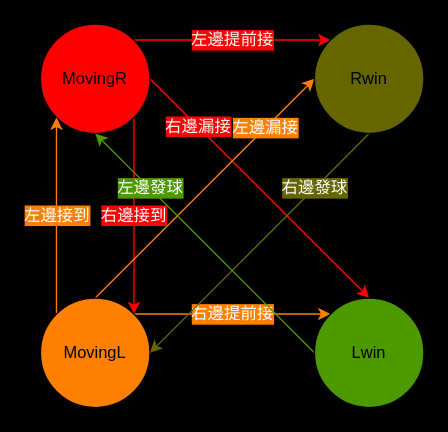
The draw.io diagram 5/FSM.drawio in gordonpow/lab_hardware_test, before the edit. Source tidied: cells renumbered, new cells numbered last; positions are measured from the earlier drawing's top-left corner, leaving out a move shared by most shapes. Both pictures are drawn from the tidied source at 137%, with x=0, y=0 at pixel (40, 23).
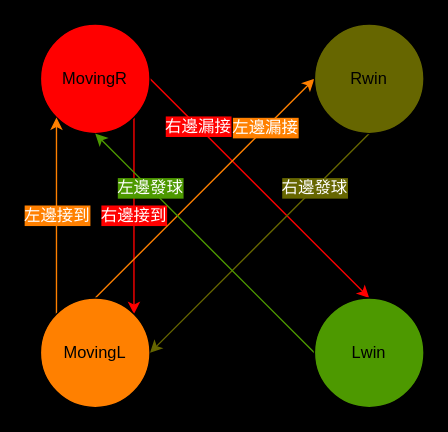
Above is the later version.

Commit message (it also covers changes not shown here):
decs : Revise FSM.png

What changed in the source:
```diff
@@
 <mxGraphModel background="#000000">
   <root>
     <mxCell id="0" />
     <mxCell id="1" parent="0" />
     <mxCell id="2" value="右邊接到" style="edgeStyle=none;html=1;exitX=1;exitY=1;exitDx=0;exitDy=0;entryX=1;entryY=0;entryDx=0;entryDy=0;strokeColor=#FF0000;fontColor=#FFFFFF;labelBackgroundColor=#FF0000;fontSize=12;" parent="1" edge="1" source="5" target="9">
       <mxGeometry relative="1" as="geometry" />
     </mxCell>
     <mxCell id="3" value="右邊漏接" style="edgeStyle=none;html=1;exitX=1;exitY=0.5;exitDx=0;exitDy=0;strokeColor=#FF0000;fontColor=#FFFFFF;entryX=0.5;entryY=0;entryDx=0;entryDy=0;labelBackgroundColor=#FF0000;fontSize=12;" parent="1" edge="1" source="5" target="13">
       <mxGeometry x="-0.56" relative="1" as="geometry" />
     </mxCell>
-    <mxCell id="4" value="左邊提前接" style="edgeStyle=none;html=1;exitX=1;exitY=0;exitDx=0;exitDy=0;entryX=0;entryY=0;entryDx=0;entryDy=0;strokeColor=#FF0000;fontColor=#FFFFFF;labelBackgroundColor=#FF0000;fontSize=12;" parent="1" edge="1" source="5" target="11">
-      <mxGeometry relative="1" as="geometry" />
-    </mxCell>
     <mxCell id="5" value="MovingR" style="ellipse;whiteSpace=wrap;html=1;fillColor=#FF0000;" parent="1" vertex="1">
       <mxGeometry width="80" height="80" as="geometry" />
     </mxCell>
     <mxCell id="6" value="左邊接到" style="edgeStyle=none;html=1;exitX=0;exitY=0;exitDx=0;exitDy=0;entryX=0;entryY=1;entryDx=0;entryDy=0;strokeColor=#FF8000;fontColor=#FFFFFF;labelBackgroundColor=#FF8000;fontSize=12;" parent="1" edge="1" source="9" target="5">
       <mxGeometry relative="1" as="geometry" />
     </mxCell>
-    <mxCell id="7" value="右邊提前接" style="edgeStyle=none;html=1;exitX=1;exitY=0;exitDx=0;exitDy=0;entryX=0;entryY=0;entryDx=0;entryDy=0;strokeColor=#FF8000;fontColor=#FFFFFF;labelBackgroundColor=#FF8000;fontSize=12;" parent="1" edge="1" source="9" target="13">
-      <mxGeometry relative="1" as="geometry" />
-    </mxCell>
     <mxCell id="8" value="左邊漏接" style="edgeStyle=none;html=1;exitX=0.5;exitY=0;exitDx=0;exitDy=0;strokeColor=#FF8000;fontColor=#FFFFFF;entryX=0;entryY=0.5;entryDx=0;entryDy=0;labelBackgroundColor=#FF8000;fontSize=12;" parent="1" edge="1" source="9" target="11">
       <mxGeometry x="0.56" relative="1" as="geometry" />
     </mxCell>
     <mxCell id="9" value="MovingL" style="ellipse;whiteSpace=wrap;html=1;fillColor=#FF8000;" parent="1" vertex="1">
       <mxGeometry y="200" width="80" height="80" as="geometry" />
     </mxCell>
     <mxCell id="10" value="右邊發球" style="edgeStyle=none;html=1;exitX=0.5;exitY=1;exitDx=0;exitDy=0;entryX=1;entryY=0.5;entryDx=0;entryDy=0;strokeColor=#666600;fontColor=#FFFFFF;labelBackgroundColor=#666600;fontSize=12;" parent="1" edge="1" source="11" target="9">
       <mxGeometry x="-0.5" relative="1" as="geometry">
         <Array as="points">
           <mxPoint x="200" y="120" />
         </Array>
       </mxGeometry>
     </mxCell>
     <mxCell id="11" value="Rwin" style="ellipse;whiteSpace=wrap;html=1;fillColor=#666600;" parent="1" vertex="1">
       <mxGeometry x="200" width="80" height="80" as="geometry" />
     </mxCell>
     <mxCell id="12" value="左邊發球" style="edgeStyle=none;html=1;exitX=0;exitY=0.5;exitDx=0;exitDy=0;entryX=0.5;entryY=1;entryDx=0;entryDy=0;labelBackgroundColor=#4D9900;strokeColor=#4D9900;fontColor=#FFFFFF;fontSize=12;" parent="1" edge="1" source="13" target="5">
       <mxGeometry x="0.5" relative="1" as="geometry">
         <Array as="points">
           <mxPoint x="90" y="130" />
         </Array>
       </mxGeometry>
     </mxCell>
     <mxCell id="13" value="Lwin" style="ellipse;whiteSpace=wrap;html=1;fillColor=#4D9900;" parent="1" vertex="1">
       <mxGeometry x="200" y="200" width="80" height="80" as="geometry" />
     </mxCell>
   </root>
 </mxGraphModel>
```
